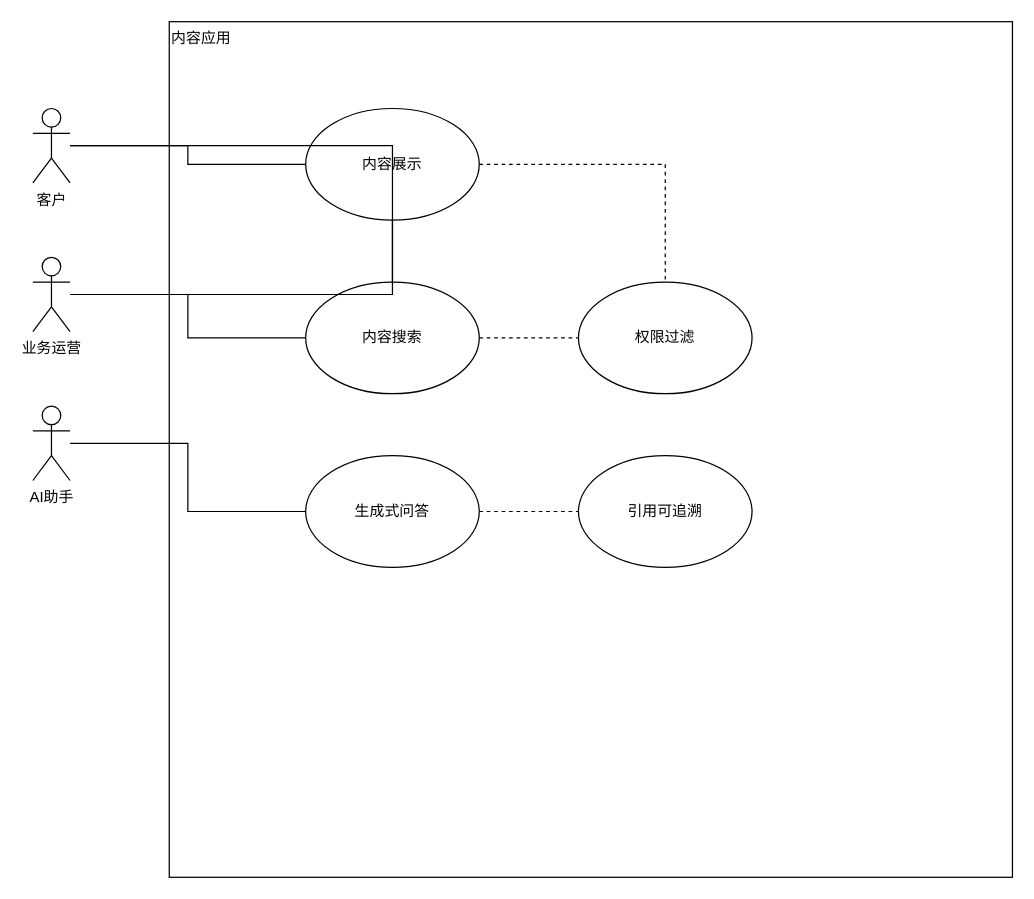
This is page "内容应用用例图" (6 of 26) of figure/figures.drawio from jqq04/nju-thesis-2026, a draw.io file, before an edit. Source tidied: cells renumbered, new cells numbered last; positions are measured from the earlier drawing's top-left corner, leaving out a move shared by most shapes. Both pictures are drawn from the tidied source at 124%, with x=0, y=0 at pixel (32, 21).
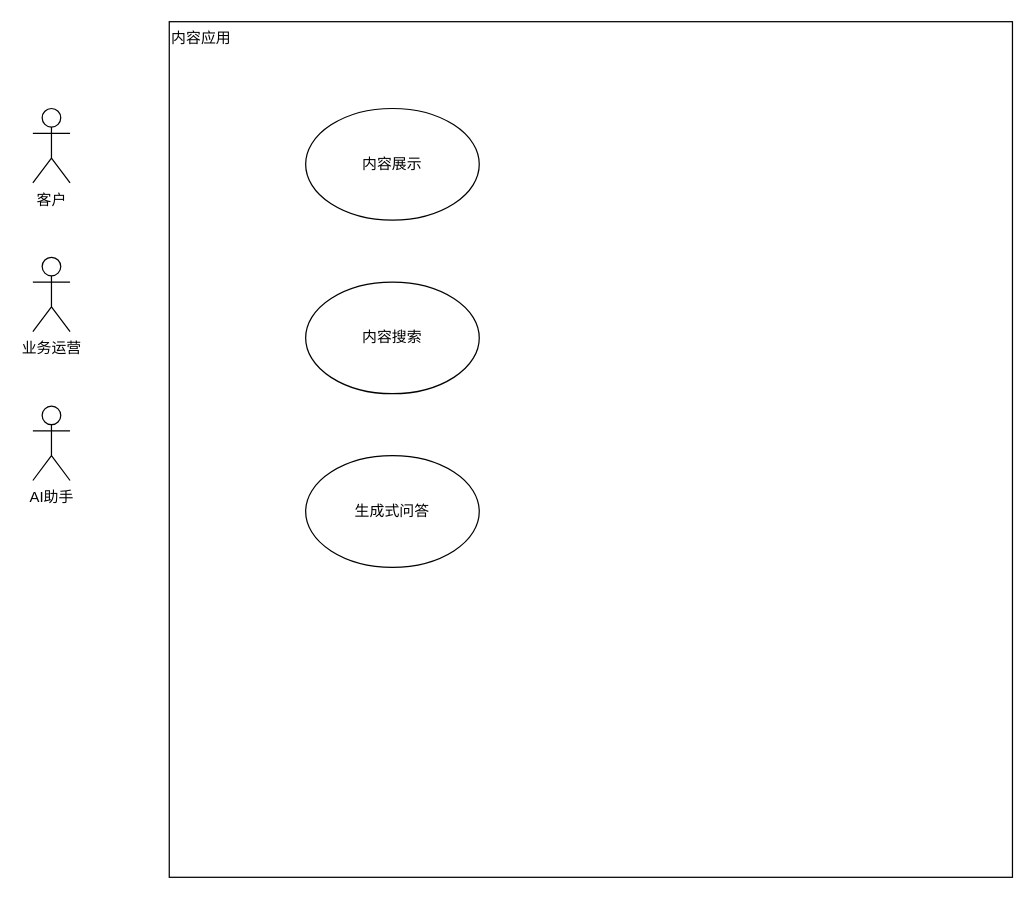
Above is the later version.

Diff of the diagram source:
```diff
@@
 <mxGraphModel>
   <root>
     <mxCell id="0" />
     <mxCell id="1" parent="0" />
     <mxCell id="2" value="内容应用" style="rounded=0;whiteSpace=wrap;html=1;align=left;verticalAlign=top;" parent="1" vertex="1">
       <mxGeometry x="110" width="680" height="690" as="geometry" />
     </mxCell>
     <mxCell id="3" value="客户" style="shape=umlActor;verticalLabelPosition=bottom;verticalAlign=top;html=1;outlineConnect=0;" parent="1" vertex="1">
       <mxGeometry y="70" width="30" height="60" as="geometry" />
     </mxCell>
     <mxCell id="4" value="业务运营" style="shape=umlActor;verticalLabelPosition=bottom;verticalAlign=top;html=1;outlineConnect=0;" parent="1" vertex="1">
       <mxGeometry y="190" width="30" height="60" as="geometry" />
     </mxCell>
     <mxCell id="5" value="AI助手" style="shape=umlActor;verticalLabelPosition=bottom;verticalAlign=top;html=1;outlineConnect=0;" parent="1" vertex="1">
       <mxGeometry y="310" width="30" height="60" as="geometry" />
     </mxCell>
     <mxCell id="6" value="内容展示" style="ellipse;whiteSpace=wrap;html=1;" parent="1" vertex="1">
       <mxGeometry x="220" y="70" width="140" height="90" as="geometry" />
     </mxCell>
     <mxCell id="7" value="内容搜索" style="ellipse;whiteSpace=wrap;html=1;" parent="1" vertex="1">
       <mxGeometry x="220" y="210" width="140" height="90" as="geometry" />
     </mxCell>
     <mxCell id="8" value="生成式问答" style="ellipse;whiteSpace=wrap;html=1;" parent="1" vertex="1">
       <mxGeometry x="220" y="350" width="140" height="90" as="geometry" />
     </mxCell>
-    <mxCell id="9" value="引用可追溯" style="ellipse;whiteSpace=wrap;html=1;" parent="1" vertex="1">
-      <mxGeometry x="440" y="350" width="140" height="90" as="geometry" />
-    </mxCell>
-    <mxCell id="10" value="权限过滤" style="ellipse;whiteSpace=wrap;html=1;" parent="1" vertex="1">
-      <mxGeometry x="440" y="210" width="140" height="90" as="geometry" />
-    </mxCell>
-    <mxCell id="11" style="endArrow=none;html=1;rounded=0;edgeStyle=orthogonalEdgeStyle;" parent="1" edge="1" source="3" target="6">
-      <mxGeometry relative="1" as="geometry" />
-    </mxCell>
-    <mxCell id="12" style="endArrow=none;html=1;rounded=0;edgeStyle=orthogonalEdgeStyle;" parent="1" edge="1" source="3" target="7">
-      <mxGeometry relative="1" as="geometry" />
-    </mxCell>
-    <mxCell id="13" style="endArrow=none;html=1;rounded=0;edgeStyle=orthogonalEdgeStyle;" parent="1" edge="1" source="4" target="6">
-      <mxGeometry relative="1" as="geometry" />
-    </mxCell>
-    <mxCell id="14" style="endArrow=none;html=1;rounded=0;edgeStyle=orthogonalEdgeStyle;" parent="1" edge="1" source="4" target="7">
-      <mxGeometry relative="1" as="geometry" />
-    </mxCell>
-    <mxCell id="15" style="endArrow=none;html=1;rounded=0;edgeStyle=orthogonalEdgeStyle;" parent="1" edge="1" source="5" target="8">
-      <mxGeometry relative="1" as="geometry" />
-    </mxCell>
-    <mxCell id="16" style="endArrow=none;html=1;rounded=0;edgeStyle=orthogonalEdgeStyle;dashed=1;dashPattern=3 3;" parent="1" edge="1" source="8" target="9">
-      <mxGeometry relative="1" as="geometry" />
-    </mxCell>
-    <mxCell id="17" style="endArrow=none;html=1;rounded=0;edgeStyle=orthogonalEdgeStyle;dashed=1;dashPattern=3 3;" parent="1" edge="1" source="6" target="10">
-      <mxGeometry relative="1" as="geometry" />
-    </mxCell>
-    <mxCell id="18" style="endArrow=none;html=1;rounded=0;edgeStyle=orthogonalEdgeStyle;dashed=1;dashPattern=3 3;" parent="1" edge="1" source="7" target="10">
-      <mxGeometry relative="1" as="geometry" />
-    </mxCell>
   </root>
 </mxGraphModel>
```
